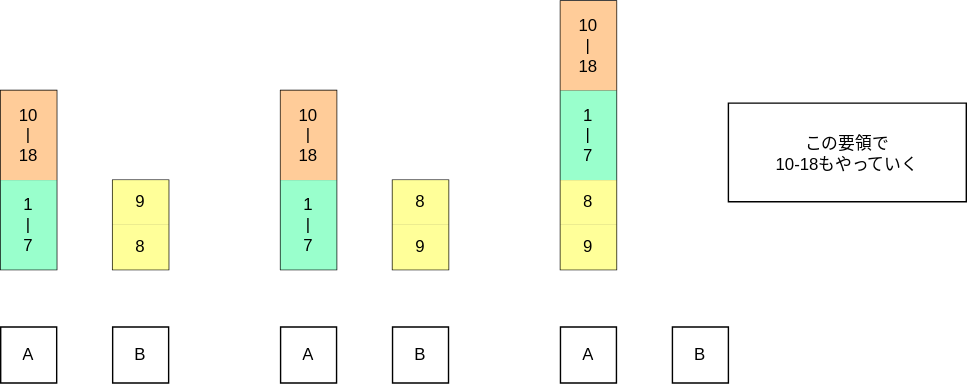
Before: images/qsort/qsort-div89.svg, a diagram exported from draw.io (welove-t/42Tokyo-push_swap). Source tidied: cells renumbered, new cells last; positions are measured from the earlier drawing's top-left corner, leaving out a move shared by most shapes. Source of this version:
```xml
<mxGraphModel>
  <root>
    <mxCell id="0" />
    <mxCell id="1" parent="0" />
    <mxCell id="2" style="shape=table;startSize=0;" parent="1" vertex="1">
      <mxGeometry y="233" width="40" height="40" as="geometry" />
    </mxCell>
    <mxCell id="3" style="shape=tableRow;horizontal=0;startSize=0;swimlaneHead=0;swimlaneBody=0;top=0;left=0;bottom=0;right=0;fillColor=none;" parent="2" vertex="1">
      <mxGeometry width="40" height="40" as="geometry" />
    </mxCell>
    <mxCell id="4" value="A" style="shape=partialRectangle;html=1;whiteSpace=wrap;overflow=hidden;fillColor=none;top=0;left=0;bottom=0;right=0;" parent="3" vertex="1">
      <mxGeometry width="40" height="40" as="geometry" />
    </mxCell>
    <mxCell id="5" style="shape=table;startSize=0;" parent="1" vertex="1">
      <mxGeometry x="80" y="233" width="40" height="40" as="geometry" />
    </mxCell>
    <mxCell id="6" style="shape=tableRow;horizontal=0;startSize=0;swimlaneHead=0;swimlaneBody=0;top=0;left=0;bottom=0;right=0;fillColor=none;" parent="5" vertex="1">
      <mxGeometry width="40" height="40" as="geometry" />
    </mxCell>
    <mxCell id="7" value="B" style="shape=partialRectangle;html=1;whiteSpace=wrap;overflow=hidden;fillColor=none;top=0;left=0;bottom=0;right=0;" parent="6" vertex="1">
      <mxGeometry width="40" height="40" as="geometry" />
    </mxCell>
    <mxCell id="8" style="shape=table;startSize=0;" parent="1" vertex="1">
      <mxGeometry x="400" y="233" width="40" height="40" as="geometry" />
    </mxCell>
    <mxCell id="9" style="shape=tableRow;horizontal=0;startSize=0;swimlaneHead=0;swimlaneBody=0;top=0;left=0;bottom=0;right=0;fillColor=none;" parent="8" vertex="1">
      <mxGeometry width="40" height="40" as="geometry" />
    </mxCell>
    <mxCell id="10" value="A" style="shape=partialRectangle;html=1;whiteSpace=wrap;overflow=hidden;fillColor=none;top=0;left=0;bottom=0;right=0;" parent="9" vertex="1">
      <mxGeometry width="40" height="40" as="geometry" />
    </mxCell>
    <mxCell id="11" style="shape=table;startSize=0;" parent="1" vertex="1">
      <mxGeometry x="480" y="233" width="40" height="40" as="geometry" />
    </mxCell>
    <mxCell id="12" style="shape=tableRow;horizontal=0;startSize=0;swimlaneHead=0;swimlaneBody=0;top=0;left=0;bottom=0;right=0;fillColor=none;" parent="11" vertex="1">
      <mxGeometry width="40" height="40" as="geometry" />
    </mxCell>
    <mxCell id="13" value="B" style="shape=partialRectangle;html=1;whiteSpace=wrap;overflow=hidden;fillColor=none;top=0;left=0;bottom=0;right=0;" parent="12" vertex="1">
      <mxGeometry width="40" height="40" as="geometry" />
    </mxCell>
    <mxCell id="14" style="shape=table;startSize=0;" parent="1" vertex="1">
      <mxGeometry x="520" y="73" width="170" height="70.5" as="geometry" />
    </mxCell>
    <mxCell id="15" style="shape=tableRow;horizontal=0;startSize=0;swimlaneHead=0;swimlaneBody=0;top=0;left=0;bottom=0;right=0;fillColor=none;" parent="14" vertex="1">
      <mxGeometry width="170" height="71" as="geometry" />
    </mxCell>
    <mxCell id="16" value="この要領で&lt;br&gt;10-18もやっていく" style="shape=partialRectangle;html=1;whiteSpace=wrap;overflow=hidden;fillColor=none;top=0;left=0;bottom=0;right=0;" parent="15" vertex="1">
      <mxGeometry width="170" height="71" as="geometry" />
    </mxCell>
    <mxCell id="17" style="shape=table;startSize=0;" parent="1" vertex="1">
      <mxGeometry y="64" width="40" height="128" as="geometry" />
    </mxCell>
    <mxCell id="18" style="shape=tableRow;horizontal=0;startSize=0;swimlaneHead=0;swimlaneBody=0;top=0;left=0;bottom=0;right=0;fillColor=none;" parent="17" vertex="1">
      <mxGeometry width="40" height="64" as="geometry" />
    </mxCell>
    <mxCell id="19" value="10&lt;br&gt;|&lt;br&gt;18" style="shape=partialRectangle;html=1;whiteSpace=wrap;overflow=hidden;fillColor=#FFCC99;top=0;left=0;bottom=0;right=0;" parent="18" vertex="1">
      <mxGeometry width="40" height="64" as="geometry" />
    </mxCell>
    <mxCell id="20" style="shape=tableRow;horizontal=0;startSize=0;swimlaneHead=0;swimlaneBody=0;top=0;left=0;bottom=0;right=0;fillColor=none;" parent="17" vertex="1">
      <mxGeometry y="64" width="40" height="64" as="geometry" />
    </mxCell>
    <mxCell id="21" value="1&lt;br&gt;|&lt;br&gt;7" style="shape=partialRectangle;html=1;whiteSpace=wrap;overflow=hidden;fillColor=#99FFCC;top=0;left=0;bottom=0;right=0;" parent="20" vertex="1">
      <mxGeometry width="40" height="64" as="geometry" />
    </mxCell>
    <mxCell id="22" style="shape=table;startSize=0;" parent="1" vertex="1">
      <mxGeometry x="80" y="128" width="40" height="64" as="geometry" />
    </mxCell>
    <mxCell id="23" style="shape=tableRow;horizontal=0;startSize=0;swimlaneHead=0;swimlaneBody=0;top=0;left=0;bottom=0;right=0;fillColor=none;" parent="22" vertex="1">
      <mxGeometry width="40" height="32" as="geometry" />
    </mxCell>
    <mxCell id="24" value="9" style="shape=partialRectangle;html=1;whiteSpace=wrap;overflow=hidden;fillColor=#FFFF99;top=0;left=0;bottom=0;right=0;" parent="23" vertex="1">
      <mxGeometry width="40" height="32" as="geometry" />
    </mxCell>
    <mxCell id="25" style="shape=tableRow;horizontal=0;startSize=0;swimlaneHead=0;swimlaneBody=0;top=0;left=0;bottom=0;right=0;fillColor=none;" parent="22" vertex="1">
      <mxGeometry y="32" width="40" height="32" as="geometry" />
    </mxCell>
    <mxCell id="26" value="8" style="shape=partialRectangle;html=1;whiteSpace=wrap;overflow=hidden;fillColor=#FFFF99;top=0;left=0;bottom=0;right=0;" parent="25" vertex="1">
      <mxGeometry width="40" height="32" as="geometry" />
    </mxCell>
    <mxCell id="27" style="shape=table;startSize=0;" parent="1" vertex="1">
      <mxGeometry x="400" width="40" height="192" as="geometry" />
    </mxCell>
    <mxCell id="28" style="shape=tableRow;horizontal=0;startSize=0;swimlaneHead=0;swimlaneBody=0;top=0;left=0;bottom=0;right=0;fillColor=none;" parent="27" vertex="1">
      <mxGeometry width="40" height="64" as="geometry" />
    </mxCell>
    <mxCell id="29" value="10&lt;br&gt;|&lt;br&gt;18" style="shape=partialRectangle;html=1;whiteSpace=wrap;overflow=hidden;fillColor=#FFCC99;top=0;left=0;bottom=0;right=0;" parent="28" vertex="1">
      <mxGeometry width="40" height="64" as="geometry" />
    </mxCell>
    <mxCell id="30" style="shape=tableRow;horizontal=0;startSize=0;swimlaneHead=0;swimlaneBody=0;top=0;left=0;bottom=0;right=0;fillColor=none;" parent="27" vertex="1">
      <mxGeometry y="64" width="40" height="64" as="geometry" />
    </mxCell>
    <mxCell id="31" value="1&lt;br&gt;|&lt;br&gt;7" style="shape=partialRectangle;html=1;whiteSpace=wrap;overflow=hidden;fillColor=#99FFCC;top=0;left=0;bottom=0;right=0;" parent="30" vertex="1">
      <mxGeometry width="40" height="64" as="geometry" />
    </mxCell>
    <mxCell id="32" style="shape=tableRow;horizontal=0;startSize=0;swimlaneHead=0;swimlaneBody=0;top=0;left=0;bottom=0;right=0;fillColor=none;" parent="27" vertex="1">
      <mxGeometry y="128" width="40" height="32" as="geometry" />
    </mxCell>
    <mxCell id="33" value="8" style="shape=partialRectangle;html=1;whiteSpace=wrap;overflow=hidden;fillColor=#FFFF99;top=0;left=0;bottom=0;right=0;" parent="32" vertex="1">
      <mxGeometry width="40" height="32" as="geometry" />
    </mxCell>
    <mxCell id="34" style="shape=tableRow;horizontal=0;startSize=0;swimlaneHead=0;swimlaneBody=0;top=0;left=0;bottom=0;right=0;fillColor=none;" parent="27" vertex="1">
      <mxGeometry y="160" width="40" height="32" as="geometry" />
    </mxCell>
    <mxCell id="35" value="9" style="shape=partialRectangle;html=1;whiteSpace=wrap;overflow=hidden;fillColor=#FFFF99;top=0;left=0;bottom=0;right=0;" parent="34" vertex="1">
      <mxGeometry width="40" height="32" as="geometry" />
    </mxCell>
    <mxCell id="36" style="shape=table;startSize=0;" parent="1" vertex="1">
      <mxGeometry x="200" y="233" width="40" height="40" as="geometry" />
    </mxCell>
    <mxCell id="37" style="shape=tableRow;horizontal=0;startSize=0;swimlaneHead=0;swimlaneBody=0;top=0;left=0;bottom=0;right=0;fillColor=none;" parent="36" vertex="1">
      <mxGeometry width="40" height="40" as="geometry" />
    </mxCell>
    <mxCell id="38" value="A" style="shape=partialRectangle;html=1;whiteSpace=wrap;overflow=hidden;fillColor=none;top=0;left=0;bottom=0;right=0;" parent="37" vertex="1">
      <mxGeometry width="40" height="40" as="geometry" />
    </mxCell>
    <mxCell id="39" style="shape=table;startSize=0;" parent="1" vertex="1">
      <mxGeometry x="280" y="233" width="40" height="40" as="geometry" />
    </mxCell>
    <mxCell id="40" style="shape=tableRow;horizontal=0;startSize=0;swimlaneHead=0;swimlaneBody=0;top=0;left=0;bottom=0;right=0;fillColor=none;" parent="39" vertex="1">
      <mxGeometry width="40" height="40" as="geometry" />
    </mxCell>
    <mxCell id="41" value="B" style="shape=partialRectangle;html=1;whiteSpace=wrap;overflow=hidden;fillColor=none;top=0;left=0;bottom=0;right=0;" parent="40" vertex="1">
      <mxGeometry width="40" height="40" as="geometry" />
    </mxCell>
    <mxCell id="42" style="shape=table;startSize=0;" parent="1" vertex="1">
      <mxGeometry x="200" y="64" width="40" height="128" as="geometry" />
    </mxCell>
    <mxCell id="43" style="shape=tableRow;horizontal=0;startSize=0;swimlaneHead=0;swimlaneBody=0;top=0;left=0;bottom=0;right=0;fillColor=none;" parent="42" vertex="1">
      <mxGeometry width="40" height="64" as="geometry" />
    </mxCell>
    <mxCell id="44" value="10&lt;br&gt;|&lt;br&gt;18" style="shape=partialRectangle;html=1;whiteSpace=wrap;overflow=hidden;fillColor=#FFCC99;top=0;left=0;bottom=0;right=0;" parent="43" vertex="1">
      <mxGeometry width="40" height="64" as="geometry" />
    </mxCell>
    <mxCell id="45" style="shape=tableRow;horizontal=0;startSize=0;swimlaneHead=0;swimlaneBody=0;top=0;left=0;bottom=0;right=0;fillColor=none;" parent="42" vertex="1">
      <mxGeometry y="64" width="40" height="64" as="geometry" />
    </mxCell>
    <mxCell id="46" value="1&lt;br&gt;|&lt;br&gt;7" style="shape=partialRectangle;html=1;whiteSpace=wrap;overflow=hidden;fillColor=#99FFCC;top=0;left=0;bottom=0;right=0;" parent="45" vertex="1">
      <mxGeometry width="40" height="64" as="geometry" />
    </mxCell>
    <mxCell id="47" style="shape=table;startSize=0;" parent="1" vertex="1">
      <mxGeometry x="280" y="128" width="40" height="64" as="geometry" />
    </mxCell>
    <mxCell id="48" style="shape=tableRow;horizontal=0;startSize=0;swimlaneHead=0;swimlaneBody=0;top=0;left=0;bottom=0;right=0;fillColor=none;" parent="47" vertex="1">
      <mxGeometry width="40" height="32" as="geometry" />
    </mxCell>
    <mxCell id="49" value="8" style="shape=partialRectangle;html=1;whiteSpace=wrap;overflow=hidden;fillColor=#FFFF99;top=0;left=0;bottom=0;right=0;" parent="48" vertex="1">
      <mxGeometry width="40" height="32" as="geometry" />
    </mxCell>
    <mxCell id="50" style="shape=tableRow;horizontal=0;startSize=0;swimlaneHead=0;swimlaneBody=0;top=0;left=0;bottom=0;right=0;fillColor=none;" parent="47" vertex="1">
      <mxGeometry y="32" width="40" height="32" as="geometry" />
    </mxCell>
    <mxCell id="51" value="9" style="shape=partialRectangle;html=1;whiteSpace=wrap;overflow=hidden;fillColor=#FFFF99;top=0;left=0;bottom=0;right=0;" parent="50" vertex="1">
      <mxGeometry width="40" height="32" as="geometry" />
    </mxCell>
  </root>
</mxGraphModel>
```
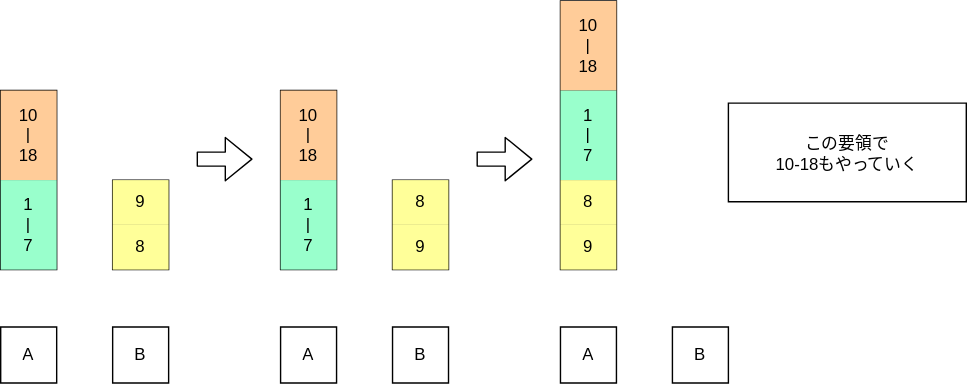
The same file after the commit.

Diff of the diagram source:
```diff
@@ -152,5 +152,17 @@
     <mxCell id="51" value="9" style="shape=partialRectangle;html=1;whiteSpace=wrap;overflow=hidden;fillColor=#FFFF99;top=0;left=0;bottom=0;right=0;" parent="50" vertex="1">
       <mxGeometry width="40" height="32" as="geometry" />
     </mxCell>
+    <mxCell id="52" style="shape=flexArrow;endArrow=classic;html=1;" parent="1" edge="1">
+      <mxGeometry relative="1" as="geometry">
+        <mxPoint x="140" y="113" as="sourcePoint" />
+        <mxPoint x="180" y="113" as="targetPoint" />
+      </mxGeometry>
+    </mxCell>
+    <mxCell id="53" style="shape=flexArrow;endArrow=classic;html=1;" parent="1" edge="1">
+      <mxGeometry relative="1" as="geometry">
+        <mxPoint x="340" y="113" as="sourcePoint" />
+        <mxPoint x="380" y="113" as="targetPoint" />
+      </mxGeometry>
+    </mxCell>
   </root>
 </mxGraphModel>
```
